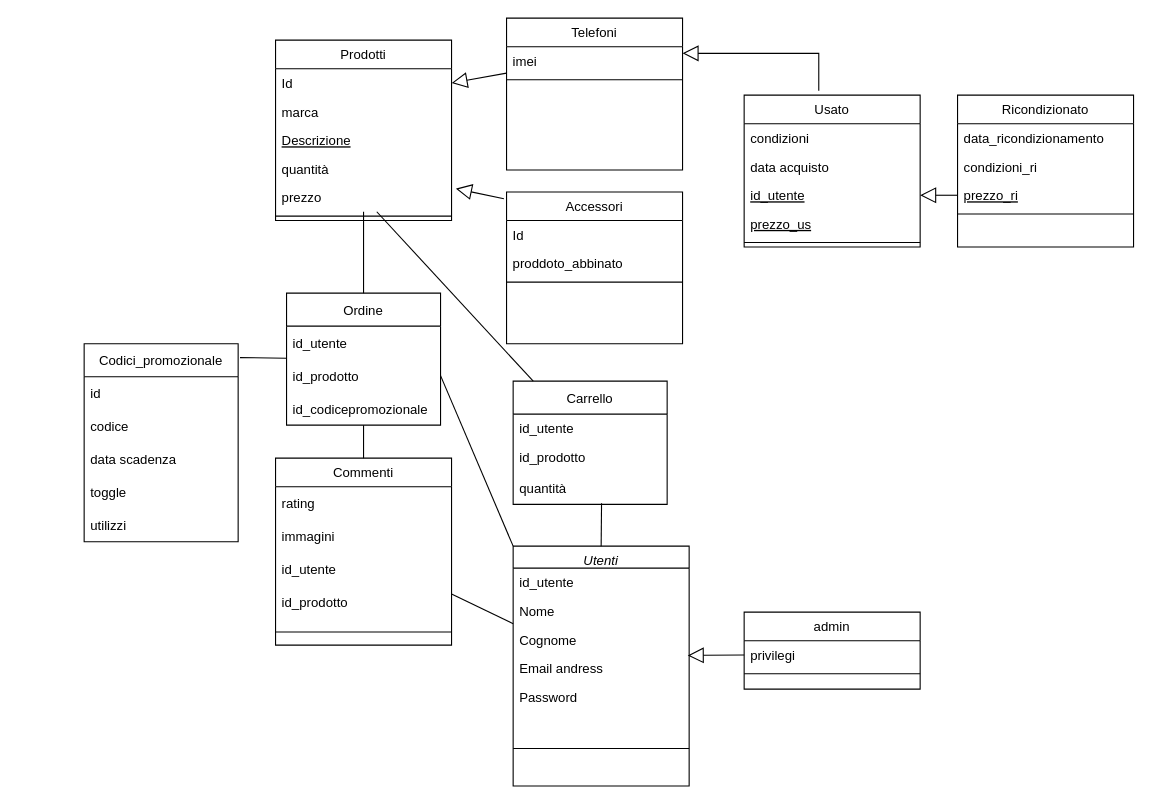
The draw.io diagram PearShop.drawio in doublep21/PearShop, before the edit. Source tidied: cells renumbered, new cells numbered last; positions are measured from the earlier drawing's top-left corner, leaving out a move shared by most shapes. Both pictures are drawn from the tidied source at 110%, with x=0, y=0 at pixel (84, 18).
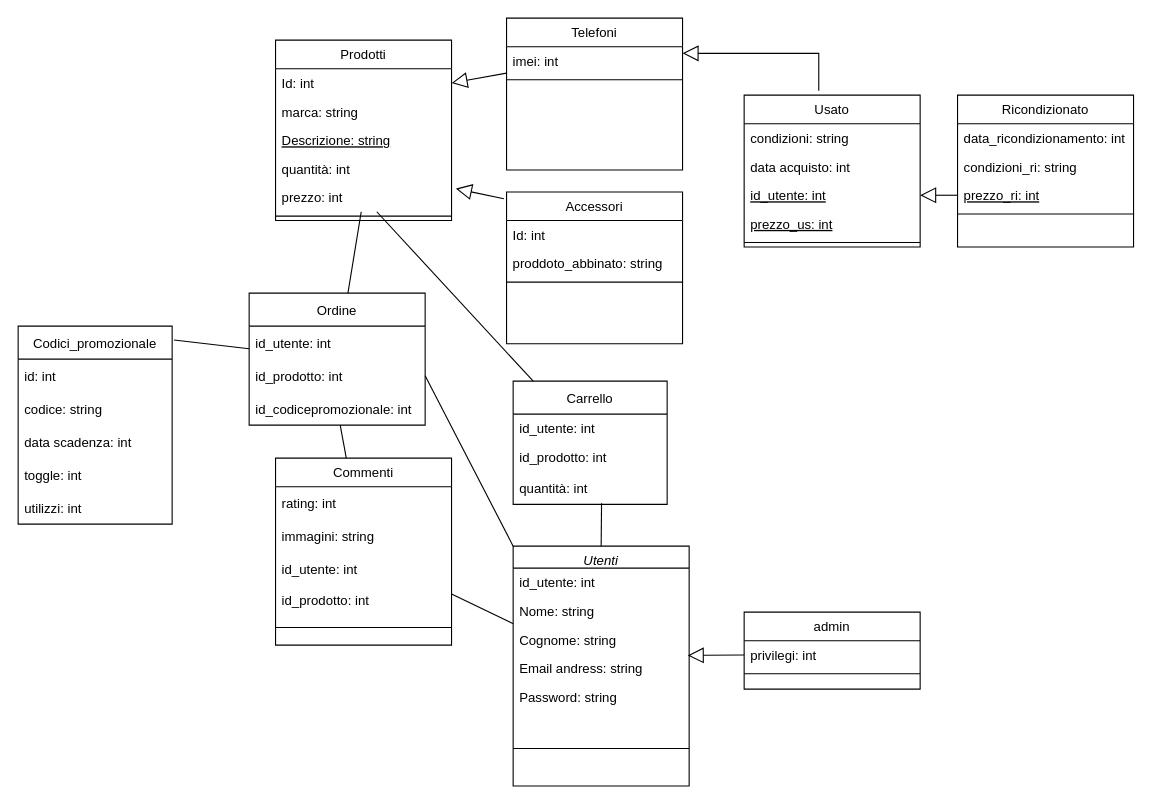
The same page after the edit.

The change refers to these unchanged cells:
```xml
<mxCell id="2" value="Prodotti" style="swimlane;fontStyle=0;align=center;verticalAlign=top;horizontal=1;startSize=26;rounded=0;shadow=0;strokeWidth=1;" parent="1" vertex="1">
  <mxGeometry x="174" y="20" width="160" height="164" as="geometry" />
</mxCell>
<mxCell id="9" value="Telefoni" style="swimlane;fontStyle=0;align=center;verticalAlign=top;horizontal=1;startSize=26;rounded=0;shadow=0;strokeWidth=1;" parent="1" vertex="1">
  <mxGeometry x="384" width="160" height="138" as="geometry" />
</mxCell>
<mxCell id="13" value="Accessori&#10;" style="swimlane;fontStyle=0;align=center;verticalAlign=top;horizontal=1;startSize=26;rounded=0;shadow=0;strokeWidth=1;" parent="1" vertex="1">
  <mxGeometry x="384" y="158" width="160" height="138" as="geometry" />
</mxCell>
<mxCell id="17" value="Usato&#10;" style="swimlane;fontStyle=0;align=center;verticalAlign=top;horizontal=1;startSize=26;rounded=0;shadow=0;strokeWidth=1;" parent="1" vertex="1">
  <mxGeometry x="600" y="70" width="160" height="138" as="geometry" />
</mxCell>
<mxCell id="23" value="Ricondizionato" style="swimlane;fontStyle=0;align=center;verticalAlign=top;horizontal=1;startSize=26;rounded=0;shadow=0;strokeWidth=1;" parent="1" vertex="1">
  <mxGeometry x="794" y="70" width="160" height="138" as="geometry" />
</mxCell>
<mxCell id="32" value="Commenti" style="swimlane;fontStyle=0;align=center;verticalAlign=top;horizontal=1;startSize=26;rounded=0;shadow=0;strokeWidth=1;" parent="1" vertex="1">
  <mxGeometry x="174" y="400" width="160" height="170" as="geometry" />
</mxCell>
<mxCell id="38" value="Carrello" style="swimlane;fontStyle=0;horizontal=1;startSize=30;" parent="1" vertex="1">
  <mxGeometry x="390" y="330" width="140" height="112" as="geometry" />
</mxCell>
<mxCell id="42" value="Utenti" style="swimlane;fontStyle=2;align=center;verticalAlign=top;horizontal=1;startSize=20;rounded=0;shadow=0;strokeWidth=1;" parent="1" vertex="1">
  <mxGeometry x="390" y="480" width="160" height="218" as="geometry" />
</mxCell>
<mxCell id="49" value="admin&#10;" style="swimlane;fontStyle=0;align=center;verticalAlign=top;horizontal=1;startSize=26;rounded=0;shadow=0;strokeWidth=1;" parent="1" vertex="1">
  <mxGeometry x="600" y="540" width="160" height="70" as="geometry" />
</mxCell>
```

Change to the diagram source:
```diff
@@
-    <mxCell id="3" value="Id&#10;" style="text;align=left;verticalAlign=top;spacingLeft=4;spacingRight=4;overflow=hidden;points=[[0,0.5],[1,0.5]];portConstraint=eastwest;" parent="2" vertex="1">
+    <mxCell id="3" value="Id: int&#10;" style="text;align=left;verticalAlign=top;spacingLeft=4;spacingRight=4;overflow=hidden;points=[[0,0.5],[1,0.5]];portConstraint=eastwest;" parent="2" vertex="1">
       <mxGeometry y="26" width="160" height="26" as="geometry" />
     </mxCell>
-    <mxCell id="4" value="marca&#10;" style="text;align=left;verticalAlign=top;spacingLeft=4;spacingRight=4;overflow=hidden;rounded=0;shadow=0;html=0;" parent="2" vertex="1">
+    <mxCell id="4" value="marca: string&#10;" style="text;align=left;verticalAlign=top;spacingLeft=4;spacingRight=4;overflow=hidden;rounded=0;shadow=0;html=0;" parent="2" vertex="1">
       <mxGeometry y="52" width="160" height="26" as="geometry" />
     </mxCell>
-    <mxCell id="5" value="Descrizione" style="text;align=left;verticalAlign=top;spacingLeft=4;spacingRight=4;overflow=hidden;fontStyle=4;" parent="2" vertex="1">
+    <mxCell id="5" value="Descrizione: string" style="text;align=left;verticalAlign=top;spacingLeft=4;spacingRight=4;overflow=hidden;fontStyle=4;" parent="2" vertex="1">
       <mxGeometry y="78" width="160" height="26" as="geometry" />
     </mxCell>
-    <mxCell id="6" value="quantità" style="text;align=left;verticalAlign=top;spacingLeft=4;spacingRight=4;overflow=hidden;" parent="2" vertex="1">
+    <mxCell id="6" value="quantità: int" style="text;align=left;verticalAlign=top;spacingLeft=4;spacingRight=4;overflow=hidden;" parent="2" vertex="1">
       <mxGeometry y="104" width="160" height="26" as="geometry" />
     </mxCell>
-    <mxCell id="7" value="prezzo&#10;" style="text;align=left;verticalAlign=top;spacingLeft=4;spacingRight=4;overflow=hidden;points=[[0,0.5],[1,0.5]];portConstraint=eastwest;" parent="2" vertex="1">
+    <mxCell id="7" value="prezzo: int&#10;" style="text;align=left;verticalAlign=top;spacingLeft=4;spacingRight=4;overflow=hidden;points=[[0,0.5],[1,0.5]];portConstraint=eastwest;" parent="2" vertex="1">
       <mxGeometry y="130" width="160" height="26" as="geometry" />
     </mxCell>
@@
-    <mxCell id="11" value="imei" style="text;align=left;verticalAlign=top;spacingLeft=4;spacingRight=4;overflow=hidden;" parent="9" vertex="1">
+    <mxCell id="11" value="imei: int" style="text;align=left;verticalAlign=top;spacingLeft=4;spacingRight=4;overflow=hidden;" parent="9" vertex="1">
       <mxGeometry y="26" width="160" height="26" as="geometry" />
     </mxCell>
@@
-    <mxCell id="14" value="Id&#10;" style="text;align=left;verticalAlign=top;spacingLeft=4;spacingRight=4;overflow=hidden;" parent="13" vertex="1">
+    <mxCell id="14" value="Id: int&#10;" style="text;align=left;verticalAlign=top;spacingLeft=4;spacingRight=4;overflow=hidden;" parent="13" vertex="1">
       <mxGeometry y="26" width="160" height="26" as="geometry" />
     </mxCell>
-    <mxCell id="15" value="proddoto_abbinato" style="text;align=left;verticalAlign=top;spacingLeft=4;spacingRight=4;overflow=hidden;rounded=0;shadow=0;html=0;" parent="13" vertex="1">
+    <mxCell id="15" value="proddoto_abbinato: string" style="text;align=left;verticalAlign=top;spacingLeft=4;spacingRight=4;overflow=hidden;rounded=0;shadow=0;html=0;" parent="13" vertex="1">
       <mxGeometry y="52" width="160" height="26" as="geometry" />
     </mxCell>
@@
-    <mxCell id="18" value="condizioni&#10;" style="text;align=left;verticalAlign=top;spacingLeft=4;spacingRight=4;overflow=hidden;" parent="17" vertex="1">
+    <mxCell id="18" value="condizioni: string&#10;" style="text;align=left;verticalAlign=top;spacingLeft=4;spacingRight=4;overflow=hidden;" parent="17" vertex="1">
       <mxGeometry y="26" width="160" height="26" as="geometry" />
     </mxCell>
-    <mxCell id="19" value="data acquisto" style="text;align=left;verticalAlign=top;spacingLeft=4;spacingRight=4;overflow=hidden;rounded=0;shadow=0;html=0;" parent="17" vertex="1">
+    <mxCell id="19" value="data acquisto: int" style="text;align=left;verticalAlign=top;spacingLeft=4;spacingRight=4;overflow=hidden;rounded=0;shadow=0;html=0;" parent="17" vertex="1">
       <mxGeometry y="52" width="160" height="26" as="geometry" />
     </mxCell>
-    <mxCell id="20" value="id_utente" style="text;align=left;verticalAlign=top;spacingLeft=4;spacingRight=4;overflow=hidden;points=[[0,0.5],[1,0.5]];portConstraint=eastwest;fontStyle=4;" parent="17" vertex="1">
+    <mxCell id="20" value="id_utente: int" style="text;align=left;verticalAlign=top;spacingLeft=4;spacingRight=4;overflow=hidden;points=[[0,0.5],[1,0.5]];portConstraint=eastwest;fontStyle=4;" parent="17" vertex="1">
       <mxGeometry y="78" width="160" height="26" as="geometry" />
     </mxCell>
-    <mxCell id="21" value="prezzo_us" style="text;align=left;verticalAlign=top;spacingLeft=4;spacingRight=4;overflow=hidden;fontStyle=4;" parent="17" vertex="1">
+    <mxCell id="21" value="prezzo_us: int" style="text;align=left;verticalAlign=top;spacingLeft=4;spacingRight=4;overflow=hidden;fontStyle=4;" parent="17" vertex="1">
       <mxGeometry y="104" width="160" height="26" as="geometry" />
     </mxCell>
@@
-    <mxCell id="24" value="data_ricondizionamento" style="text;align=left;verticalAlign=top;spacingLeft=4;spacingRight=4;overflow=hidden;" parent="23" vertex="1">
+    <mxCell id="24" value="data_ricondizionamento: int" style="text;align=left;verticalAlign=top;spacingLeft=4;spacingRight=4;overflow=hidden;" parent="23" vertex="1">
       <mxGeometry y="26" width="160" height="26" as="geometry" />
     </mxCell>
-    <mxCell id="25" value="condizioni_ri" style="text;align=left;verticalAlign=top;spacingLeft=4;spacingRight=4;overflow=hidden;rounded=0;shadow=0;html=0;" parent="23" vertex="1">
+    <mxCell id="25" value="condizioni_ri: string" style="text;align=left;verticalAlign=top;spacingLeft=4;spacingRight=4;overflow=hidden;rounded=0;shadow=0;html=0;" parent="23" vertex="1">
       <mxGeometry y="52" width="160" height="26" as="geometry" />
     </mxCell>
-    <mxCell id="26" value="prezzo_ri" style="text;align=left;verticalAlign=top;spacingLeft=4;spacingRight=4;overflow=hidden;points=[[0,0.5],[1,0.5]];portConstraint=eastwest;fontStyle=4;" parent="23" vertex="1">
+    <mxCell id="26" value="prezzo_ri: int" style="text;align=left;verticalAlign=top;spacingLeft=4;spacingRight=4;overflow=hidden;points=[[0,0.5],[1,0.5]];portConstraint=eastwest;fontStyle=4;" parent="23" vertex="1">
       <mxGeometry y="78" width="160" height="26" as="geometry" />
     </mxCell>
@@
-    <mxCell id="33" value="rating" style="text;strokeColor=none;fillColor=none;align=left;verticalAlign=middle;spacingLeft=4;spacingRight=4;overflow=hidden;" parent="32" vertex="1">
+    <mxCell id="33" value="rating: int" style="text;strokeColor=none;fillColor=none;align=left;verticalAlign=middle;spacingLeft=4;spacingRight=4;overflow=hidden;" parent="32" vertex="1">
       <mxGeometry y="26" width="160" height="30" as="geometry" />
     </mxCell>
-    <mxCell id="34" value="immagini" style="text;strokeColor=none;fillColor=none;align=left;verticalAlign=middle;spacingLeft=4;spacingRight=4;overflow=hidden;" parent="32" vertex="1">
+    <mxCell id="34" value="immagini: string" style="text;strokeColor=none;fillColor=none;align=left;verticalAlign=middle;spacingLeft=4;spacingRight=4;overflow=hidden;" parent="32" vertex="1">
       <mxGeometry y="56" width="160" height="30" as="geometry" />
     </mxCell>
-    <mxCell id="35" value="id_utente" style="text;strokeColor=none;fillColor=none;align=left;verticalAlign=middle;spacingLeft=4;spacingRight=4;overflow=hidden;" parent="32" vertex="1">
+    <mxCell id="35" value="id_utente: int" style="text;strokeColor=none;fillColor=none;align=left;verticalAlign=middle;spacingLeft=4;spacingRight=4;overflow=hidden;" parent="32" vertex="1">
       <mxGeometry y="86" width="160" height="30" as="geometry" />
     </mxCell>
-    <mxCell id="36" value="id_prodotto" style="text;strokeColor=none;fillColor=none;align=left;verticalAlign=middle;spacingLeft=4;spacingRight=4;overflow=hidden;" parent="32" vertex="1">
-      <mxGeometry y="116" width="160" height="30" as="geometry" />
+    <mxCell id="36" value="id_prodotto: int" style="text;strokeColor=none;fillColor=none;align=left;verticalAlign=middle;spacingLeft=4;spacingRight=4;overflow=hidden;" parent="32" vertex="1">
+      <mxGeometry y="116" width="160" height="26" as="geometry" />
     </mxCell>
     <mxCell id="37" style="line;html=1;strokeWidth=1;align=left;verticalAlign=middle;spacingTop=-1;spacingLeft=3;spacingRight=3;labelPosition=right;" parent="32" vertex="1">
-      <mxGeometry y="146" width="160" height="24" as="geometry" />
+      <mxGeometry y="142" width="160" height="24" as="geometry" />
     </mxCell>
@@
-    <mxCell id="39" value="id_utente" style="text;align=left;verticalAlign=top;spacingLeft=4;spacingRight=4;overflow=hidden;" parent="38" vertex="1">
+    <mxCell id="39" value="id_utente: int" style="text;align=left;verticalAlign=top;spacingLeft=4;spacingRight=4;overflow=hidden;" parent="38" vertex="1">
       <mxGeometry y="30" width="140" height="26" as="geometry" />
     </mxCell>
-    <mxCell id="40" value="id_prodotto" style="text;align=left;verticalAlign=top;spacingLeft=4;spacingRight=4;overflow=hidden;" parent="38" vertex="1">
+    <mxCell id="40" value="id_prodotto: int" style="text;align=left;verticalAlign=top;spacingLeft=4;spacingRight=4;overflow=hidden;" parent="38" vertex="1">
       <mxGeometry y="56" width="140" height="26" as="geometry" />
     </mxCell>
-    <mxCell id="41" value="quantità" style="text;strokeColor=none;fillColor=none;align=left;verticalAlign=middle;spacingLeft=4;spacingRight=4;overflow=hidden;points=[[0,0.5],[1,0.5]];portConstraint=eastwest;" parent="38" vertex="1">
+    <mxCell id="41" value="quantità: int" style="text;strokeColor=none;fillColor=none;align=left;verticalAlign=middle;spacingLeft=4;spacingRight=4;overflow=hidden;points=[[0,0.5],[1,0.5]];portConstraint=eastwest;" parent="38" vertex="1">
       <mxGeometry y="82" width="140" height="30" as="geometry" />
     </mxCell>
@@
-    <mxCell id="43" value="id_utente" style="text;align=left;verticalAlign=top;spacingLeft=4;spacingRight=4;overflow=hidden;" parent="42" vertex="1">
+    <mxCell id="43" value="id_utente: int" style="text;align=left;verticalAlign=top;spacingLeft=4;spacingRight=4;overflow=hidden;" parent="42" vertex="1">
       <mxGeometry y="20" width="160" height="26" as="geometry" />
     </mxCell>
-    <mxCell id="44" value="Nome" style="text;align=left;verticalAlign=top;spacingLeft=4;spacingRight=4;overflow=hidden;rounded=0;shadow=0;html=0;" parent="42" vertex="1">
+    <mxCell id="44" value="Nome: string" style="text;align=left;verticalAlign=top;spacingLeft=4;spacingRight=4;overflow=hidden;rounded=0;shadow=0;html=0;" parent="42" vertex="1">
       <mxGeometry y="46" width="160" height="26" as="geometry" />
     </mxCell>
-    <mxCell id="45" value="Cognome" style="text;align=left;verticalAlign=top;spacingLeft=4;spacingRight=4;overflow=hidden;" parent="42" vertex="1">
+    <mxCell id="45" value="Cognome: string" style="text;align=left;verticalAlign=top;spacingLeft=4;spacingRight=4;overflow=hidden;" parent="42" vertex="1">
       <mxGeometry y="72" width="160" height="26" as="geometry" />
     </mxCell>
-    <mxCell id="46" value="Email andress" style="text;align=left;verticalAlign=top;spacingLeft=4;spacingRight=4;overflow=hidden;points=[[0,0.5],[1,0.5]];portConstraint=eastwest;" parent="42" vertex="1">
+    <mxCell id="46" value="Email andress: string" style="text;align=left;verticalAlign=top;spacingLeft=4;spacingRight=4;overflow=hidden;points=[[0,0.5],[1,0.5]];portConstraint=eastwest;" parent="42" vertex="1">
       <mxGeometry y="98" width="160" height="26" as="geometry" />
     </mxCell>
-    <mxCell id="47" value="Password" style="text;align=left;verticalAlign=top;spacingLeft=4;spacingRight=4;overflow=hidden;" parent="42" vertex="1">
+    <mxCell id="47" value="Password: string" style="text;align=left;verticalAlign=top;spacingLeft=4;spacingRight=4;overflow=hidden;" parent="42" vertex="1">
       <mxGeometry y="124" width="160" height="26" as="geometry" />
     </mxCell>
@@
-    <mxCell id="50" value="privilegi&#10;" style="text;align=left;verticalAlign=top;spacingLeft=4;spacingRight=4;overflow=hidden;points=[[0,0.5],[1,0.5]];portConstraint=eastwest;" parent="49" vertex="1">
+    <mxCell id="50" value="privilegi: int&#10;" style="text;align=left;verticalAlign=top;spacingLeft=4;spacingRight=4;overflow=hidden;points=[[0,0.5],[1,0.5]];portConstraint=eastwest;" parent="49" vertex="1">
       <mxGeometry y="26" width="160" height="26" as="geometry" />
     </mxCell>
@@
     <mxCell id="53" value="Ordine" style="swimlane;fontStyle=0;horizontal=1;startSize=30;" parent="1" vertex="1">
-      <mxGeometry x="184" y="250" width="140" height="120" as="geometry" />
+      <mxGeometry x="150" y="250" width="160" height="120" as="geometry" />
     </mxCell>
-    <mxCell id="54" value="id_utente" style="text;strokeColor=none;fillColor=none;align=left;verticalAlign=middle;spacingLeft=4;spacingRight=4;overflow=hidden;" parent="53" vertex="1">
-      <mxGeometry y="30" width="140" height="30" as="geometry" />
+    <mxCell id="54" value="id_utente: int" style="text;strokeColor=none;fillColor=none;align=left;verticalAlign=middle;spacingLeft=4;spacingRight=4;overflow=hidden;" parent="53" vertex="1">
+      <mxGeometry y="30" width="160" height="30" as="geometry" />
     </mxCell>
-    <mxCell id="55" value="id_prodotto" style="text;strokeColor=none;fillColor=none;align=left;verticalAlign=middle;spacingLeft=4;spacingRight=4;overflow=hidden;points=[[0,0.5],[1,0.5]];portConstraint=eastwest;" parent="53" vertex="1">
-      <mxGeometry y="60" width="140" height="30" as="geometry" />
+    <mxCell id="55" value="id_prodotto: int" style="text;strokeColor=none;fillColor=none;align=left;verticalAlign=middle;spacingLeft=4;spacingRight=4;overflow=hidden;points=[[0,0.5],[1,0.5]];portConstraint=eastwest;" parent="53" vertex="1">
+      <mxGeometry y="60" width="160" height="30" as="geometry" />
     </mxCell>
-    <mxCell id="56" value="id_codicepromozionale" style="text;strokeColor=none;fillColor=none;align=left;verticalAlign=middle;spacingLeft=4;spacingRight=4;overflow=hidden;points=[[0,0.5],[1,0.5]];portConstraint=eastwest;" parent="53" vertex="1">
-      <mxGeometry y="90" width="140" height="30" as="geometry" />
+    <mxCell id="56" value="id_codicepromozionale: int" style="text;strokeColor=none;fillColor=none;align=left;verticalAlign=middle;spacingLeft=4;spacingRight=4;overflow=hidden;points=[[0,0.5],[1,0.5]];portConstraint=eastwest;" parent="53" vertex="1">
+      <mxGeometry y="90" width="160" height="30" as="geometry" />
     </mxCell>
@@
     <mxCell id="63" value="Codici_promozionale" style="swimlane;fontStyle=0;horizontal=1;startSize=30;" parent="1" vertex="1">
-      <mxGeometry y="296" width="140" height="180" as="geometry" />
+      <mxGeometry x="-60" y="280" width="140" height="180" as="geometry" />
     </mxCell>
-    <mxCell id="64" value="id" style="text;strokeColor=none;fillColor=none;align=left;verticalAlign=middle;spacingLeft=4;spacingRight=4;overflow=hidden;" parent="63" vertex="1">
+    <mxCell id="64" value="id: int" style="text;strokeColor=none;fillColor=none;align=left;verticalAlign=middle;spacingLeft=4;spacingRight=4;overflow=hidden;" parent="63" vertex="1">
       <mxGeometry y="30" width="140" height="30" as="geometry" />
     </mxCell>
-    <mxCell id="65" value="codice" style="text;strokeColor=none;fillColor=none;align=left;verticalAlign=middle;spacingLeft=4;spacingRight=4;overflow=hidden;" parent="63" vertex="1">
+    <mxCell id="65" value="codice: string" style="text;strokeColor=none;fillColor=none;align=left;verticalAlign=middle;spacingLeft=4;spacingRight=4;overflow=hidden;" parent="63" vertex="1">
       <mxGeometry y="60" width="140" height="30" as="geometry" />
     </mxCell>
-    <mxCell id="66" value="data scadenza" style="text;strokeColor=none;fillColor=none;align=left;verticalAlign=middle;spacingLeft=4;spacingRight=4;overflow=hidden;" parent="63" vertex="1">
+    <mxCell id="66" value="data scadenza: int" style="text;strokeColor=none;fillColor=none;align=left;verticalAlign=middle;spacingLeft=4;spacingRight=4;overflow=hidden;" parent="63" vertex="1">
       <mxGeometry y="90" width="140" height="30" as="geometry" />
     </mxCell>
-    <mxCell id="67" value="toggle" style="text;strokeColor=none;fillColor=none;align=left;verticalAlign=middle;spacingLeft=4;spacingRight=4;overflow=hidden;" parent="63" vertex="1">
+    <mxCell id="67" value="toggle: int" style="text;strokeColor=none;fillColor=none;align=left;verticalAlign=middle;spacingLeft=4;spacingRight=4;overflow=hidden;" parent="63" vertex="1">
       <mxGeometry y="120" width="140" height="30" as="geometry" />
     </mxCell>
-    <mxCell id="68" value="utilizzi" style="text;strokeColor=none;fillColor=none;align=left;verticalAlign=middle;spacingLeft=4;spacingRight=4;overflow=hidden;" parent="63" vertex="1">
+    <mxCell id="68" value="utilizzi: int" style="text;strokeColor=none;fillColor=none;align=left;verticalAlign=middle;spacingLeft=4;spacingRight=4;overflow=hidden;" parent="63" vertex="1">
       <mxGeometry y="150" width="140" height="30" as="geometry" />
     </mxCell>
```
